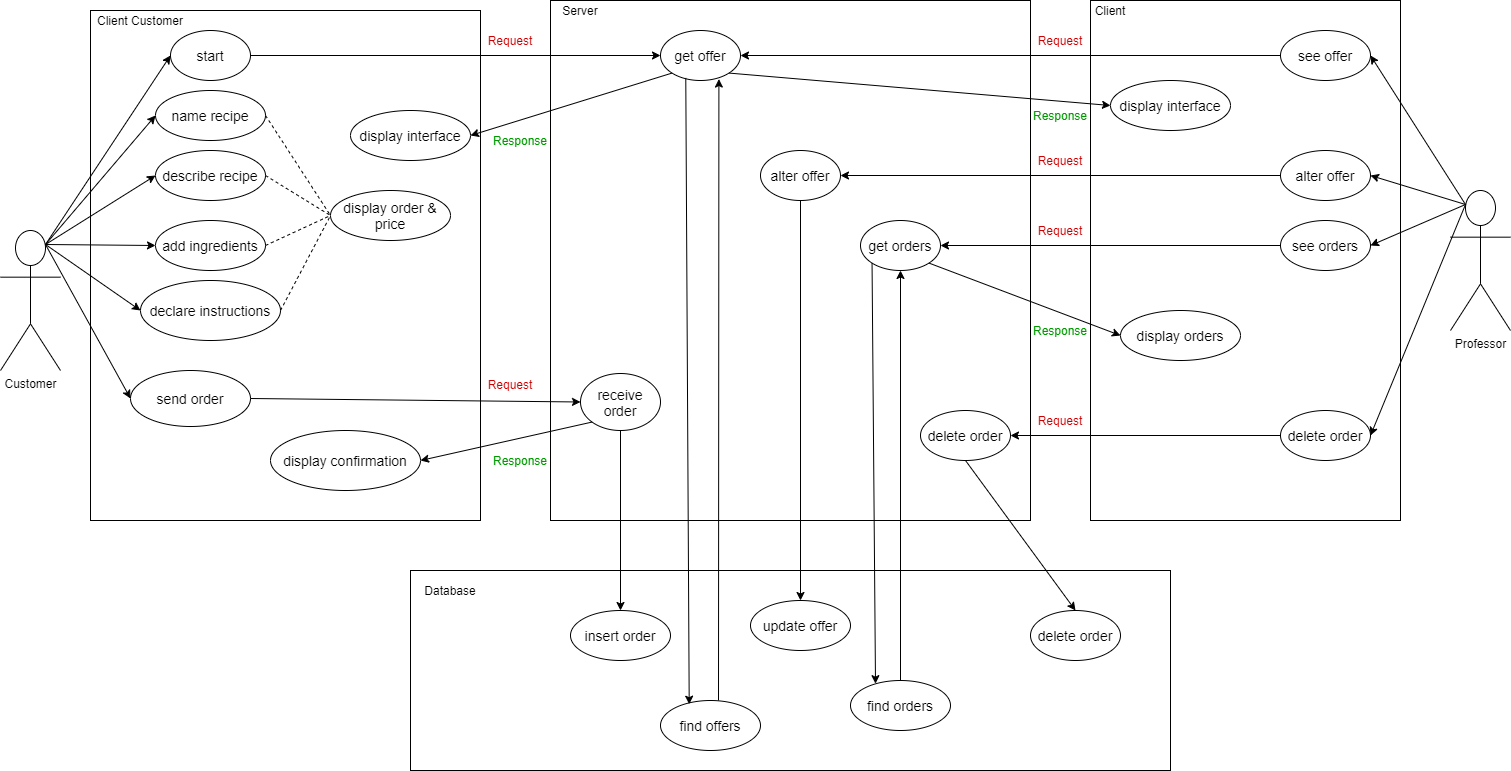
Above: Task_L07/Concept/UseCaseDiagram.png in breitjacqueline/EIA2 (draw.io), before the change. Source tidied: cells renumbered, new cells last; positions are measured from the earlier drawing's top-left corner, leaving out a move shared by most shapes.
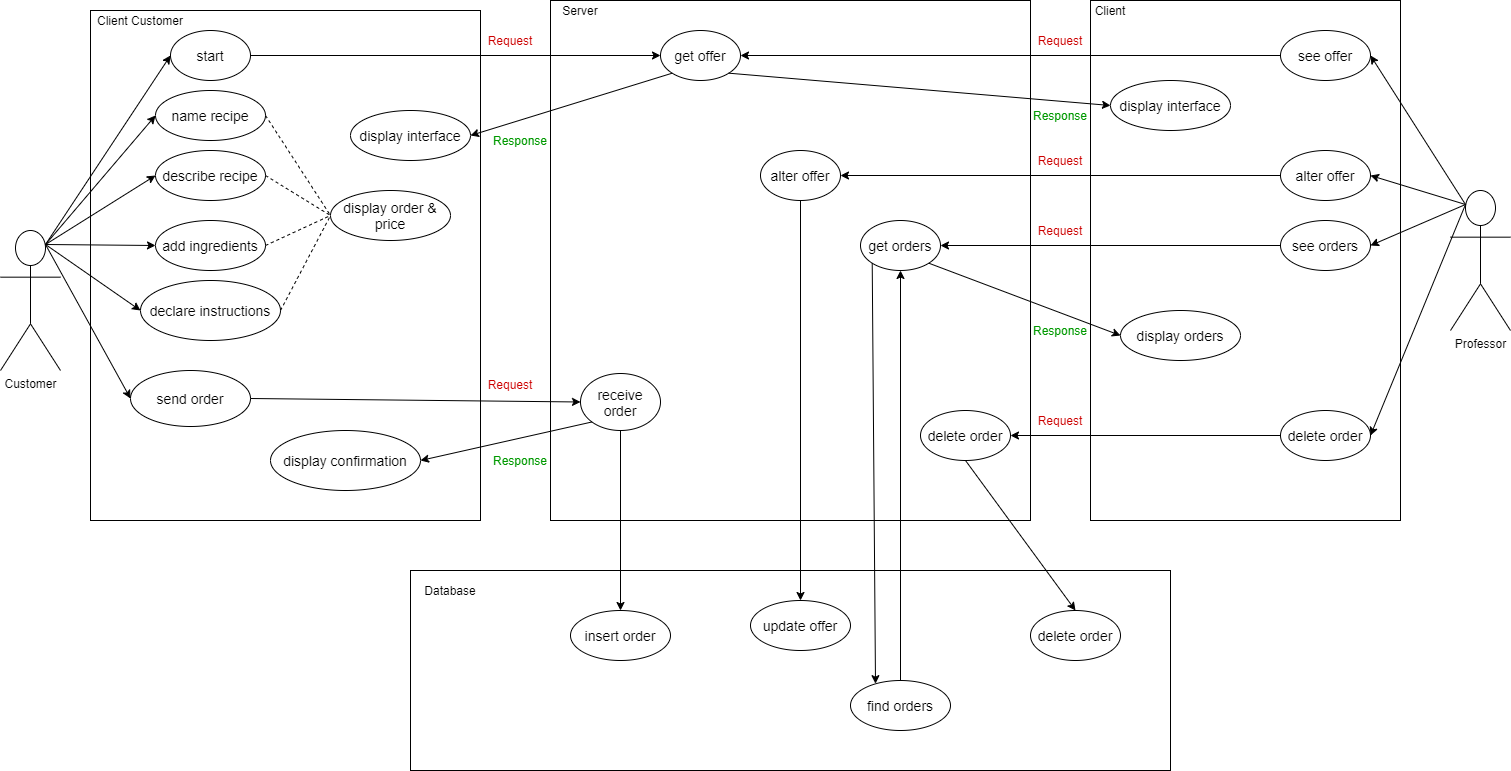
Later version of the same file.

Diff of the diagram source:
```diff
@@ -182,17 +182,6 @@
     <mxCell id="61" value="&lt;font color=&quot;#cc0000&quot;&gt;Request&lt;/font&gt;" style="text;html=1;strokeColor=none;fillColor=none;align=center;verticalAlign=middle;whiteSpace=wrap;rounded=0;rotation=0;" parent="1" vertex="1">
       <mxGeometry x="1000" y="410" width="120" height="20" as="geometry" />
     </mxCell>
-    <mxCell id="62" value="&lt;font style=&quot;font-size: 14px&quot;&gt;find offers&lt;/font&gt;" style="ellipse;whiteSpace=wrap;html=1;" parent="1" vertex="1">
-      <mxGeometry x="660" y="700" width="100" height="50" as="geometry" />
-    </mxCell>
-    <mxCell id="63" style="endArrow=classic;html=1;exitX=0.316;exitY=0.949;exitDx=0;exitDy=0;exitPerimeter=0;entryX=0.287;entryY=0.074;entryDx=0;entryDy=0;entryPerimeter=0;" parent="1" edge="1" source="22" target="62">
-      <mxGeometry relative="1" as="geometry" />
-    </mxCell>
-    <mxCell id="64" style="endArrow=classic;html=1;entryX=0.73;entryY=0.971;entryDx=0;entryDy=0;entryPerimeter=0;" parent="1" edge="1" target="22">
-      <mxGeometry relative="1" as="geometry">
-        <mxPoint x="718" y="700" as="sourcePoint" />
-      </mxGeometry>
-    </mxCell>
     <mxCell id="65" value="&lt;font style=&quot;font-size: 14px&quot;&gt;display interface&lt;/font&gt;" style="ellipse;whiteSpace=wrap;html=1;" parent="1" vertex="1">
       <mxGeometry x="350" y="110" width="120" height="50" as="geometry" />
     </mxCell>
```
